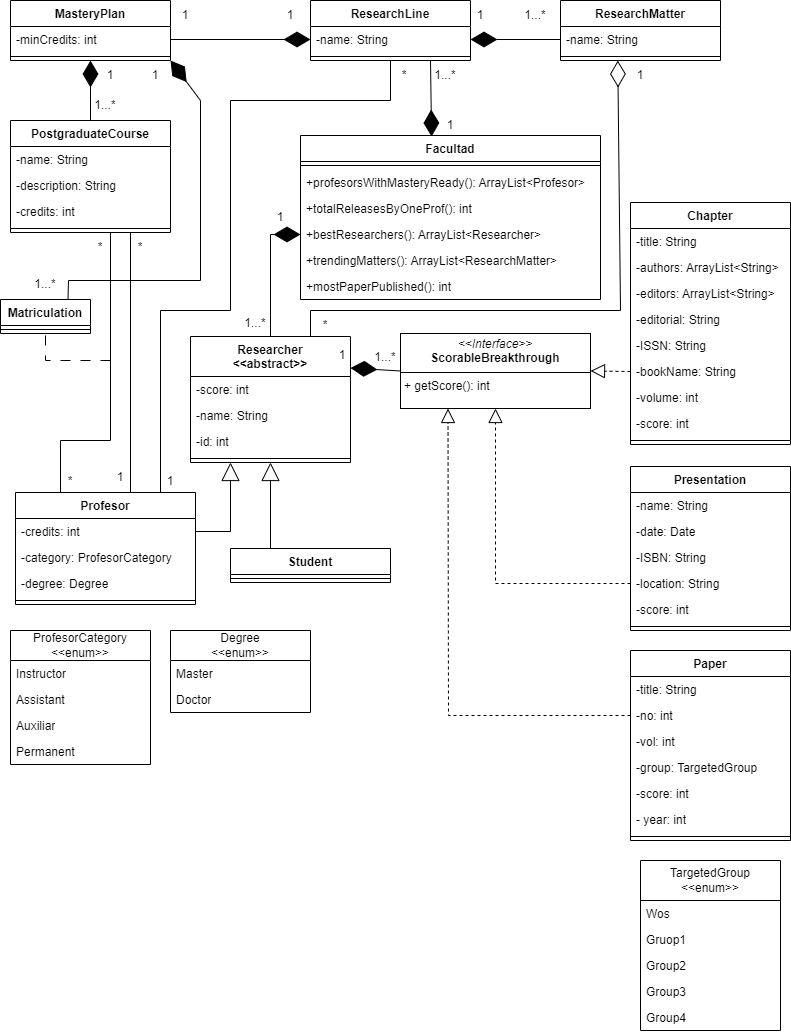
Above: dpoo_final_project_diagram.png in mbrianp05/dpoo-final-project (draw.io), before the change. Source tidied: cells renumbered, new cells last; positions are measured from the earlier drawing's top-left corner, leaving out a move shared by most shapes.
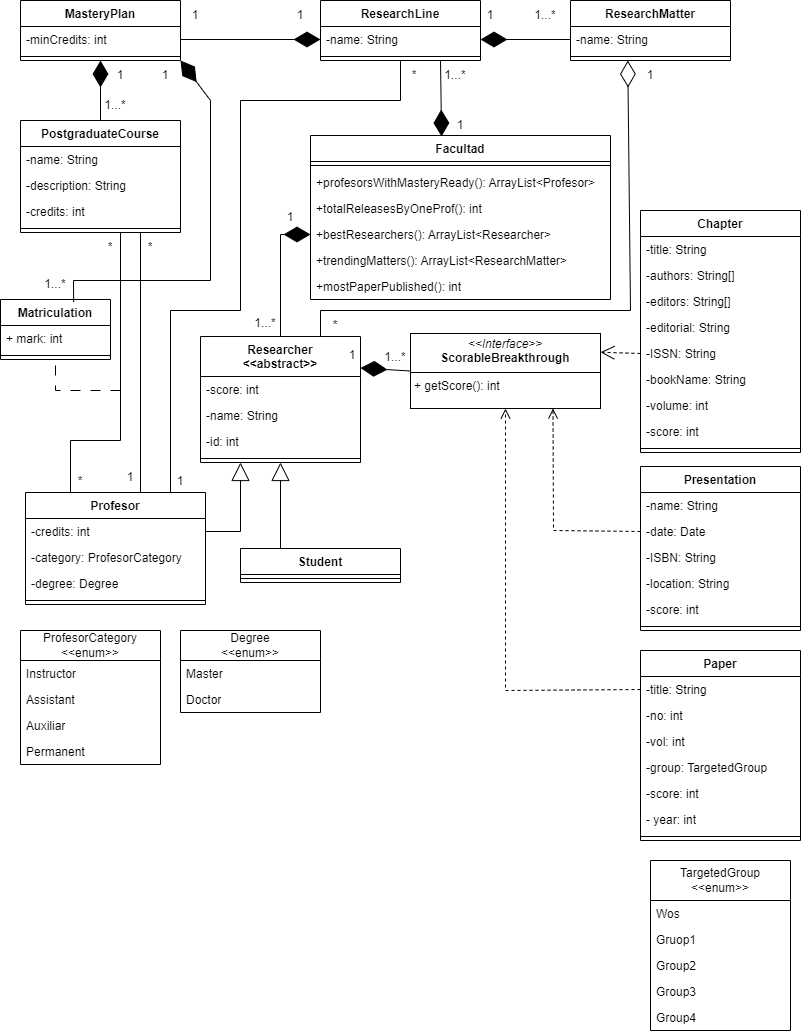
Above is the later version.

Commit message:
Update matriculation class and fix interface implementations

The edit, as a diff of the source:
```diff
@@ -78,15 +78,15 @@
       <mxGeometry y="104" width="180" height="8" as="geometry" />
     </mxCell>
     <mxCell id="27" value="Chapter" style="swimlane;fontStyle=1;align=center;verticalAlign=top;horizontal=1;startSize=26;whiteSpace=wrap;html=1;" parent="1" vertex="1">
-      <mxGeometry x="630" y="202" width="160" height="242" as="geometry" />
+      <mxGeometry x="630" y="210" width="160" height="242" as="geometry" />
     </mxCell>
     <mxCell id="28" value="-title: String&lt;div&gt;&lt;br&gt;&lt;/div&gt;" style="text;strokeColor=none;fillColor=none;align=left;verticalAlign=top;spacingLeft=4;spacingRight=4;overflow=hidden;whiteSpace=wrap;html=1;" parent="27" vertex="1">
       <mxGeometry y="26" width="160" height="26" as="geometry" />
     </mxCell>
-    <mxCell id="29" value="-authors: ArrayList&amp;lt;String&amp;gt;" style="text;strokeColor=none;fillColor=none;align=left;verticalAlign=top;spacingLeft=4;spacingRight=4;overflow=hidden;whiteSpace=wrap;html=1;" parent="27" vertex="1">
+    <mxCell id="29" value="-authors: String[]" style="text;strokeColor=none;fillColor=none;align=left;verticalAlign=top;spacingLeft=4;spacingRight=4;overflow=hidden;whiteSpace=wrap;html=1;" parent="27" vertex="1">
       <mxGeometry y="52" width="160" height="26" as="geometry" />
     </mxCell>
-    <mxCell id="30" value="-editors: ArrayList&amp;lt;String&amp;gt;" style="text;strokeColor=none;fillColor=none;align=left;verticalAlign=top;spacingLeft=4;spacingRight=4;overflow=hidden;whiteSpace=wrap;html=1;" parent="27" vertex="1">
+    <mxCell id="30" value="-editors: String[]" style="text;strokeColor=none;fillColor=none;align=left;verticalAlign=top;spacingLeft=4;spacingRight=4;overflow=hidden;whiteSpace=wrap;html=1;" parent="27" vertex="1">
       <mxGeometry y="78" width="160" height="26" as="geometry" />
     </mxCell>
     <mxCell id="31" value="-editorial: String" style="text;strokeColor=none;fillColor=none;align=left;verticalAlign=top;spacingLeft=4;spacingRight=4;overflow=hidden;whiteSpace=wrap;html=1;" parent="27" vertex="1">
@@ -321,9 +321,6 @@
     <mxCell id="99" value="&lt;p style=&quot;margin:0px;margin-top:4px;text-align:center;&quot;&gt;&lt;i&gt;&amp;lt;&amp;lt;Interface&amp;gt;&amp;gt;&lt;/i&gt;&lt;br&gt;&lt;b&gt;ScorableBreakthrough&lt;/b&gt;&lt;/p&gt;&lt;hr size=&quot;1&quot; style=&quot;border-style:solid;&quot;&gt;&lt;p style=&quot;margin:0px;margin-left:4px;&quot;&gt;+ getScore(): int&lt;br&gt;&lt;/p&gt;" style="verticalAlign=top;align=left;overflow=fill;html=1;whiteSpace=wrap;" parent="1" vertex="1">
       <mxGeometry x="400" y="333" width="190" height="75" as="geometry" />
     </mxCell>
-    <mxCell id="100" style="endArrow=block;dashed=1;endFill=0;endSize=12;html=1;rounded=0;entryX=1;entryY=0.5;entryDx=0;entryDy=0;exitX=0;exitY=0.5;exitDx=0;exitDy=0;" parent="1" edge="1" source="33" target="99">
-      <mxGeometry relative="1" as="geometry" />
-    </mxCell>
     <mxCell id="101" style="endArrow=diamondThin;endFill=1;endSize=24;html=1;rounded=0;entryX=1;entryY=0.25;entryDx=0;entryDy=0;exitX=0;exitY=0.5;exitDx=0;exitDy=0;" parent="1" edge="1" source="99" target="15">
       <mxGeometry relative="1" as="geometry" />
     </mxCell>
@@ -333,25 +330,14 @@
     <mxCell id="103" value="1...*" style="text;html=1;align=center;verticalAlign=middle;whiteSpace=wrap;rounded=0;" parent="1" vertex="1">
       <mxGeometry x="370" y="342" width="30" height="30" as="geometry" />
     </mxCell>
-    <mxCell id="104" style="endArrow=block;dashed=1;endFill=0;endSize=12;html=1;rounded=0;entryX=0.5;entryY=1;entryDx=0;entryDy=0;exitX=0;exitY=0.5;exitDx=0;exitDy=0;" parent="1" edge="1" source="49" target="99">
-      <mxGeometry relative="1" as="geometry">
-        <Array as="points">
-          <mxPoint x="495" y="583" />
-        </Array>
-      </mxGeometry>
-    </mxCell>
-    <mxCell id="105" style="endArrow=block;dashed=1;endFill=0;endSize=12;html=1;rounded=0;entryX=0.25;entryY=1;entryDx=0;entryDy=0;exitX=0;exitY=0.5;exitDx=0;exitDy=0;" parent="1" edge="1" source="39" target="99">
-      <mxGeometry relative="1" as="geometry">
-        <Array as="points">
-          <mxPoint x="448" y="715" />
-        </Array>
-      </mxGeometry>
-    </mxCell>
     <mxCell id="106" value="Matriculation" style="swimlane;fontStyle=1;align=center;verticalAlign=top;horizontal=1;startSize=26;whiteSpace=wrap;html=1;" parent="1" vertex="1">
-      <mxGeometry y="299" width="90" height="34" as="geometry" />
+      <mxGeometry x="-10" y="299" width="110" height="60" as="geometry" />
     </mxCell>
+    <mxCell id="116" value="+ mark: int" style="text;strokeColor=none;fillColor=none;align=left;verticalAlign=top;spacingLeft=4;spacingRight=4;overflow=hidden;whiteSpace=wrap;html=1;" parent="106" vertex="1">
+      <mxGeometry y="26" width="110" height="26" as="geometry" />
+    </mxCell>
     <mxCell id="107" style="line;strokeWidth=1;fillColor=none;align=left;verticalAlign=middle;spacingTop=-1;spacingLeft=3;spacingRight=3;labelPosition=right;strokeColor=inherit;" parent="106" vertex="1">
-      <mxGeometry y="26" width="90" height="8" as="geometry" />
+      <mxGeometry y="52" width="110" height="8" as="geometry" />
     </mxCell>
     <mxCell id="108" style="endArrow=none;html=1;edgeStyle=orthogonalEdgeStyle;rounded=0;exitX=0.5;exitY=1;exitDx=0;exitDy=0;entryX=0.25;entryY=0;entryDx=0;entryDy=0;" parent="1" edge="1" source="55" target="22">
       <mxGeometry relative="1" as="geometry">
@@ -370,16 +356,17 @@
     </mxCell>
     <mxCell id="111" style="endArrow=none;startArrow=none;endFill=0;startFill=0;endSize=8;html=1;verticalAlign=bottom;dashed=1;labelBackgroundColor=none;dashPattern=10 10;rounded=0;entryX=0.5;entryY=1;entryDx=0;entryDy=0;" parent="1" edge="1" target="106">
       <mxGeometry relative="1" as="geometry">
-        <mxPoint x="110" y="360" as="sourcePoint" />
+        <mxPoint x="110" y="390" as="sourcePoint" />
         <Array as="points">
+          <mxPoint x="45" y="390" />
           <mxPoint x="45" y="360" />
         </Array>
       </mxGeometry>
     </mxCell>
-    <mxCell id="112" style="endArrow=diamondThin;endFill=1;endSize=24;html=1;rounded=0;exitX=0.75;exitY=0;exitDx=0;exitDy=0;entryX=1;entryY=1;entryDx=0;entryDy=0;" parent="1" edge="1" source="106" target="52">
+    <mxCell id="112" style="endArrow=diamondThin;endFill=1;endSize=24;html=1;rounded=0;exitX=0.665;exitY=0.043;exitDx=0;exitDy=0;entryX=1;entryY=1;entryDx=0;entryDy=0;exitPerimeter=0;" parent="1" edge="1" source="106" target="52">
       <mxGeometry relative="1" as="geometry">
         <Array as="points">
-          <mxPoint x="68" y="280" />
+          <mxPoint x="63" y="280" />
           <mxPoint x="200" y="280" />
           <mxPoint x="200" y="100" />
         </Array>
@@ -394,5 +381,22 @@
     <mxCell id="115" value="1" style="text;html=1;align=center;verticalAlign=middle;whiteSpace=wrap;rounded=0;" parent="1" vertex="1">
       <mxGeometry x="160" y="466" width="20" height="30" as="geometry" />
     </mxCell>
+    <mxCell id="117" style="endArrow=open;endSize=12;dashed=1;html=1;rounded=0;exitX=0;exitY=0.5;exitDx=0;exitDy=0;entryX=1;entryY=0.25;entryDx=0;entryDy=0;" parent="1" edge="1" source="32" target="99">
+      <mxGeometry relative="1" as="geometry" />
+    </mxCell>
+    <mxCell id="118" style="html=1;verticalAlign=bottom;endArrow=open;dashed=1;endSize=8;curved=0;rounded=0;exitX=0;exitY=0.5;exitDx=0;exitDy=0;entryX=0.75;entryY=1;entryDx=0;entryDy=0;" parent="1" edge="1" source="47" target="99">
+      <mxGeometry relative="1" as="geometry">
+        <Array as="points">
+          <mxPoint x="543" y="530" />
+        </Array>
+      </mxGeometry>
+    </mxCell>
+    <mxCell id="119" style="html=1;verticalAlign=bottom;endArrow=open;dashed=1;endSize=8;curved=0;rounded=0;exitX=0;exitY=0.5;exitDx=0;exitDy=0;entryX=0.5;entryY=1;entryDx=0;entryDy=0;" parent="1" edge="1" source="38" target="99">
+      <mxGeometry relative="1" as="geometry">
+        <Array as="points">
+          <mxPoint x="495" y="690" />
+        </Array>
+      </mxGeometry>
+    </mxCell>
   </root>
 </mxGraphModel>
```
